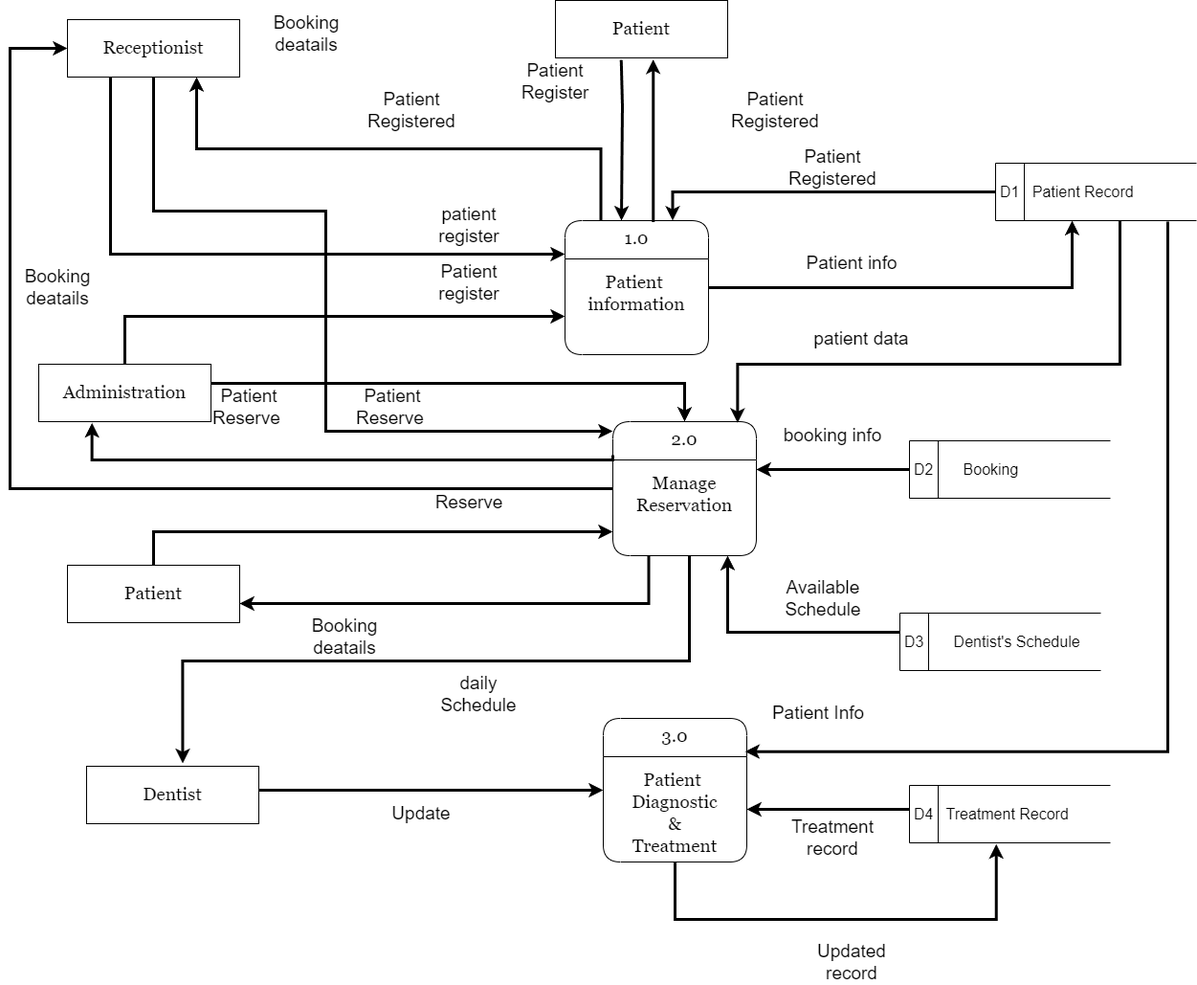
Before: DFD.png, a diagram exported from draw.io (MohamedIsa/Dental-Clinic-System). Source tidied: cells renumbered, new cells last; positions are measured from the earlier drawing's top-left corner, leaving out a move shared by most shapes.
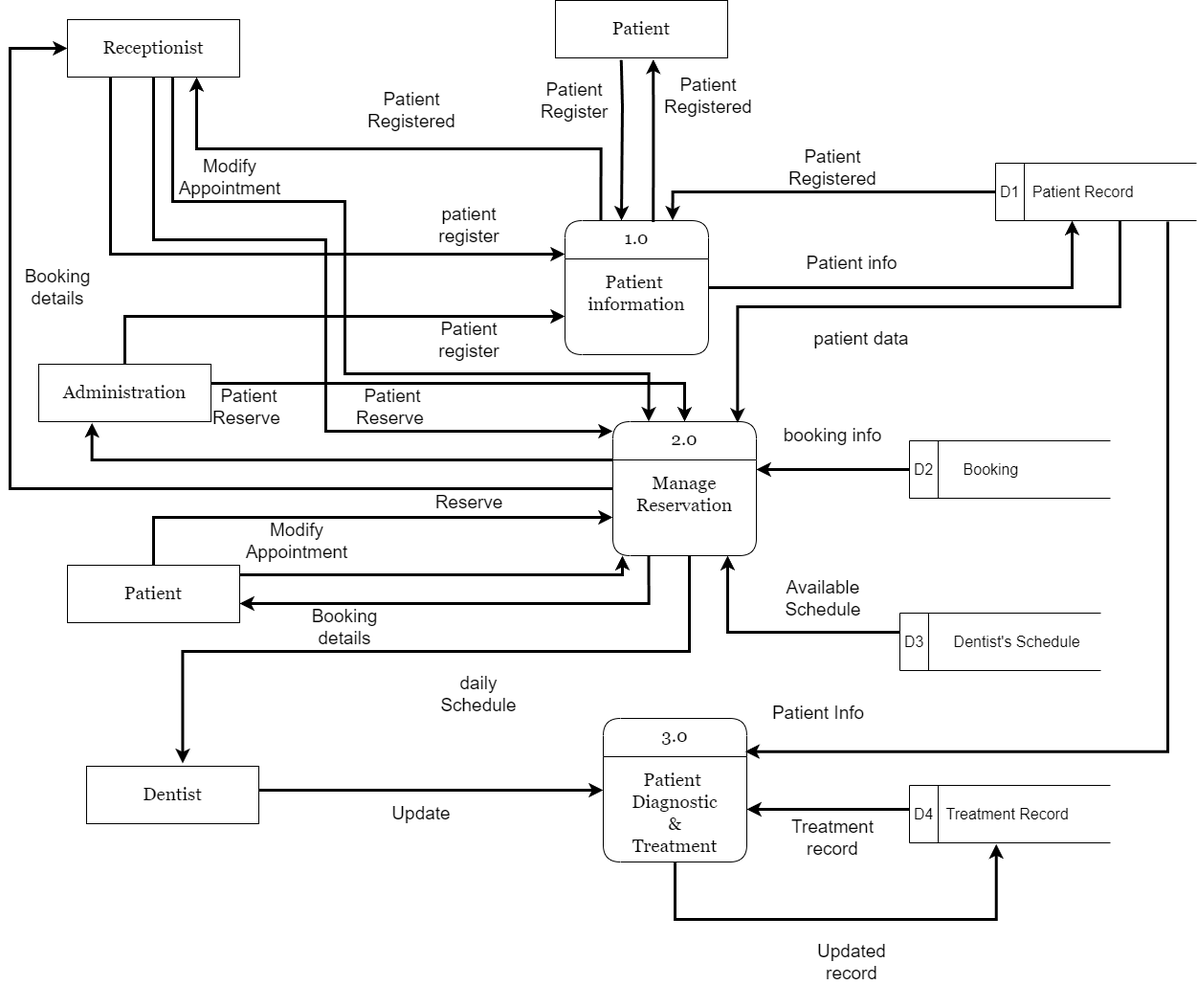
Later version of the same file.

What changed in the source:
```diff
@@ -7,9 +7,10 @@
     </mxCell>
     <mxCell id="3" style="edgeStyle=orthogonalEdgeStyle;rounded=0;jettySize=auto;html=1;exitX=0.5;exitY=0;exitDx=0;exitDy=0;strokeWidth=3;" parent="1" edge="1" source="4">
       <mxGeometry relative="1" as="geometry">
-        <mxPoint x="640" y="555" as="targetPoint" />
+        <mxPoint x="640" y="540" as="targetPoint" />
         <Array as="points">
-          <mxPoint x="160" y="555" />
+          <mxPoint x="160" y="540" />
+          <mxPoint x="640" y="540" />
         </Array>
       </mxGeometry>
     </mxCell>
@@ -81,8 +82,8 @@
       <mxGeometry relative="1" as="geometry">
         <mxPoint x="640" y="450" as="targetPoint" />
         <Array as="points">
-          <mxPoint x="160" y="220" />
-          <mxPoint x="340" y="220" />
+          <mxPoint x="160" y="250" />
+          <mxPoint x="340" y="250" />
           <mxPoint x="340" y="450" />
         </Array>
       </mxGeometry>
@@ -107,18 +108,17 @@
       </mxGeometry>
     </mxCell>
     <mxCell id="27" value="Patient Register" style="text;html=1;strokeColor=none;fillColor=none;align=center;verticalAlign=middle;whiteSpace=wrap;rounded=0;fontSize=19;" parent="1" vertex="1">
-      <mxGeometry x="520" y="70" width="120" height="30" as="geometry" />
+      <mxGeometry x="540" y="90" width="120" height="30" as="geometry" />
     </mxCell>
     <mxCell id="28" value="Patient Registered" style="text;html=1;strokeColor=none;fillColor=none;align=center;verticalAlign=middle;whiteSpace=wrap;rounded=0;fontSize=19;" parent="1" vertex="1">
-      <mxGeometry x="750" y="100" width="120" height="30" as="geometry" />
+      <mxGeometry x="680" y="80" width="120" height="40" as="geometry" />
     </mxCell>
     <mxCell id="29" style="edgeStyle=orthogonalEdgeStyle;rounded=0;jettySize=auto;html=1;entryX=0.869;entryY=0.009;entryDx=0;entryDy=0;strokeWidth=3;entryPerimeter=0;" parent="1" edge="1" target="2">
       <mxGeometry relative="1" as="geometry">
         <mxPoint x="1170" y="230" as="sourcePoint" />
         <Array as="points">
-          <mxPoint x="1170" y="230" />
-          <mxPoint x="1170" y="380" />
-          <mxPoint x="770" y="380" />
+          <mxPoint x="1170" y="320" />
+          <mxPoint x="770" y="320" />
         </Array>
       </mxGeometry>
     </mxCell>
@@ -136,8 +136,8 @@
         </Array>
       </mxGeometry>
     </mxCell>
-    <mxCell id="33" value="Booking deatails" style="text;html=1;strokeColor=none;fillColor=none;align=center;verticalAlign=middle;whiteSpace=wrap;rounded=0;fontSize=19;" parent="1" vertex="1">
-      <mxGeometry x="300" y="650" width="120" height="30" as="geometry" />
+    <mxCell id="33" value="Booking details" style="text;html=1;strokeColor=none;fillColor=none;align=center;verticalAlign=middle;whiteSpace=wrap;rounded=0;fontSize=19;" parent="1" vertex="1">
+      <mxGeometry x="300" y="640" width="120" height="30" as="geometry" />
     </mxCell>
     <mxCell id="34" style="edgeStyle=orthogonalEdgeStyle;rounded=0;jettySize=auto;html=1;exitX=0;exitY=0.5;exitDx=0;exitDy=0;strokeWidth=3;entryX=0;entryY=0.5;entryDx=0;entryDy=0;" parent="1" edge="1" source="2" target="14">
       <mxGeometry relative="1" as="geometry">
@@ -147,9 +147,6 @@
         </Array>
       </mxGeometry>
     </mxCell>
-    <mxCell id="35" value="Booking deatails" style="text;html=1;strokeColor=none;fillColor=none;align=center;verticalAlign=middle;whiteSpace=wrap;rounded=0;fontSize=19;" parent="1" vertex="1">
-      <mxGeometry x="260" y="20" width="120" height="30" as="geometry" />
-    </mxCell>
     <mxCell id="36" style="edgeStyle=orthogonalEdgeStyle;rounded=0;orthogonalLoop=1;jettySize=auto;html=1;entryX=1;entryY=0.5;entryDx=0;entryDy=0;strokeWidth=3;" parent="1" edge="1">
       <mxGeometry relative="1" as="geometry">
         <mxPoint x="950" y="490" as="sourcePoint" />
@@ -175,8 +172,8 @@
       <mxGeometry relative="1" as="geometry">
         <mxPoint x="720" y="580" as="sourcePoint" />
         <Array as="points">
-          <mxPoint x="720" y="690" />
-          <mxPoint x="190" y="690" />
+          <mxPoint x="720" y="680" />
+          <mxPoint x="190" y="680" />
         </Array>
       </mxGeometry>
     </mxCell>
@@ -241,7 +238,7 @@
       </mxGeometry>
     </mxCell>
     <mxCell id="51" value="Patient register" style="text;html=1;strokeColor=none;fillColor=none;align=center;verticalAlign=middle;whiteSpace=wrap;rounded=0;fontSize=19;" parent="1" vertex="1">
-      <mxGeometry x="430" y="280" width="120" height="30" as="geometry" />
+      <mxGeometry x="430" y="340" width="120" height="30" as="geometry" />
     </mxCell>
     <mxCell id="52" style="edgeStyle=orthogonalEdgeStyle;rounded=0;jettySize=auto;html=1;strokeWidth=3;entryX=0.5;entryY=0;entryDx=0;entryDy=0;" parent="1" edge="1" target="2">
       <mxGeometry relative="1" as="geometry">
@@ -254,19 +251,46 @@
     <mxCell id="53" value="Patient Reserve&amp;nbsp;" style="text;html=1;strokeColor=none;fillColor=none;align=center;verticalAlign=middle;whiteSpace=wrap;rounded=0;fontSize=19;" parent="1" vertex="1">
       <mxGeometry x="200" y="410" width="120" height="30" as="geometry" />
     </mxCell>
-    <mxCell id="54" style="edgeStyle=orthogonalEdgeStyle;rounded=0;jettySize=auto;html=1;strokeWidth=3;entryX=0.309;entryY=1.022;entryDx=0;entryDy=0;entryPerimeter=0;exitX=0;exitY=0.25;exitDx=0;exitDy=0;" parent="1" edge="1" source="2" target="49">
+    <mxCell id="54" style="edgeStyle=orthogonalEdgeStyle;rounded=0;jettySize=auto;html=1;strokeWidth=3;entryX=0.309;entryY=1.022;entryDx=0;entryDy=0;entryPerimeter=0;" parent="1" edge="1" target="49">
       <mxGeometry relative="1" as="geometry">
+        <mxPoint x="640" y="480" as="sourcePoint" />
         <Array as="points">
           <mxPoint x="640" y="480" />
           <mxPoint x="96" y="480" />
         </Array>
       </mxGeometry>
     </mxCell>
-    <mxCell id="55" value="Booking deatails" style="text;html=1;strokeColor=none;fillColor=none;align=center;verticalAlign=middle;whiteSpace=wrap;rounded=0;fontSize=19;" parent="1" vertex="1">
+    <mxCell id="55" value="Booking details" style="text;html=1;strokeColor=none;fillColor=none;align=center;verticalAlign=middle;whiteSpace=wrap;rounded=0;fontSize=19;" parent="1" vertex="1">
       <mxGeometry y="285" width="120" height="30" as="geometry" />
     </mxCell>
     <mxCell id="56" style="edgeStyle=orthogonalEdgeStyle;rounded=0;jettySize=auto;html=1;strokeWidth=3;exitX=0.615;exitY=0.011;exitDx=0;exitDy=0;exitPerimeter=0;entryX=0.568;entryY=1.026;entryDx=0;entryDy=0;entryPerimeter=0;" parent="1" edge="1" source="13" target="25">
       <mxGeometry relative="1" as="geometry" />
     </mxCell>
+    <mxCell id="57" style="edgeStyle=orthogonalEdgeStyle;rounded=0;jettySize=auto;html=1;strokeWidth=3;exitX=0.611;exitY=1;exitDx=0;exitDy=0;exitPerimeter=0;entryX=0.25;entryY=0;entryDx=0;entryDy=0;" parent="1" edge="1" source="14" target="2">
+      <mxGeometry relative="1" as="geometry">
+        <Array as="points">
+          <mxPoint x="180" y="210" />
+          <mxPoint x="360" y="210" />
+          <mxPoint x="360" y="390" />
+          <mxPoint x="678" y="390" />
+        </Array>
+      </mxGeometry>
+    </mxCell>
+    <mxCell id="58" value="Modify Appointment" style="text;html=1;strokeColor=none;fillColor=none;align=center;verticalAlign=middle;whiteSpace=wrap;rounded=0;fontSize=19;" parent="1" vertex="1">
+      <mxGeometry x="180" y="170" width="120" height="30" as="geometry" />
+    </mxCell>
+    <mxCell id="59" style="edgeStyle=orthogonalEdgeStyle;rounded=0;orthogonalLoop=1;jettySize=auto;html=1;strokeWidth=3;" parent="1" edge="1">
+      <mxGeometry relative="1" as="geometry">
+        <mxPoint x="250" y="600" as="sourcePoint" />
+        <mxPoint x="650" y="580" as="targetPoint" />
+        <Array as="points">
+          <mxPoint x="250" y="600" />
+          <mxPoint x="650" y="600" />
+        </Array>
+      </mxGeometry>
+    </mxCell>
+    <mxCell id="60" value="Modify Appointment" style="text;html=1;strokeColor=none;fillColor=none;align=center;verticalAlign=middle;whiteSpace=wrap;rounded=0;fontSize=19;" parent="1" vertex="1">
+      <mxGeometry x="250" y="550" width="120" height="30" as="geometry" />
+    </mxCell>
   </root>
 </mxGraphModel>
```
